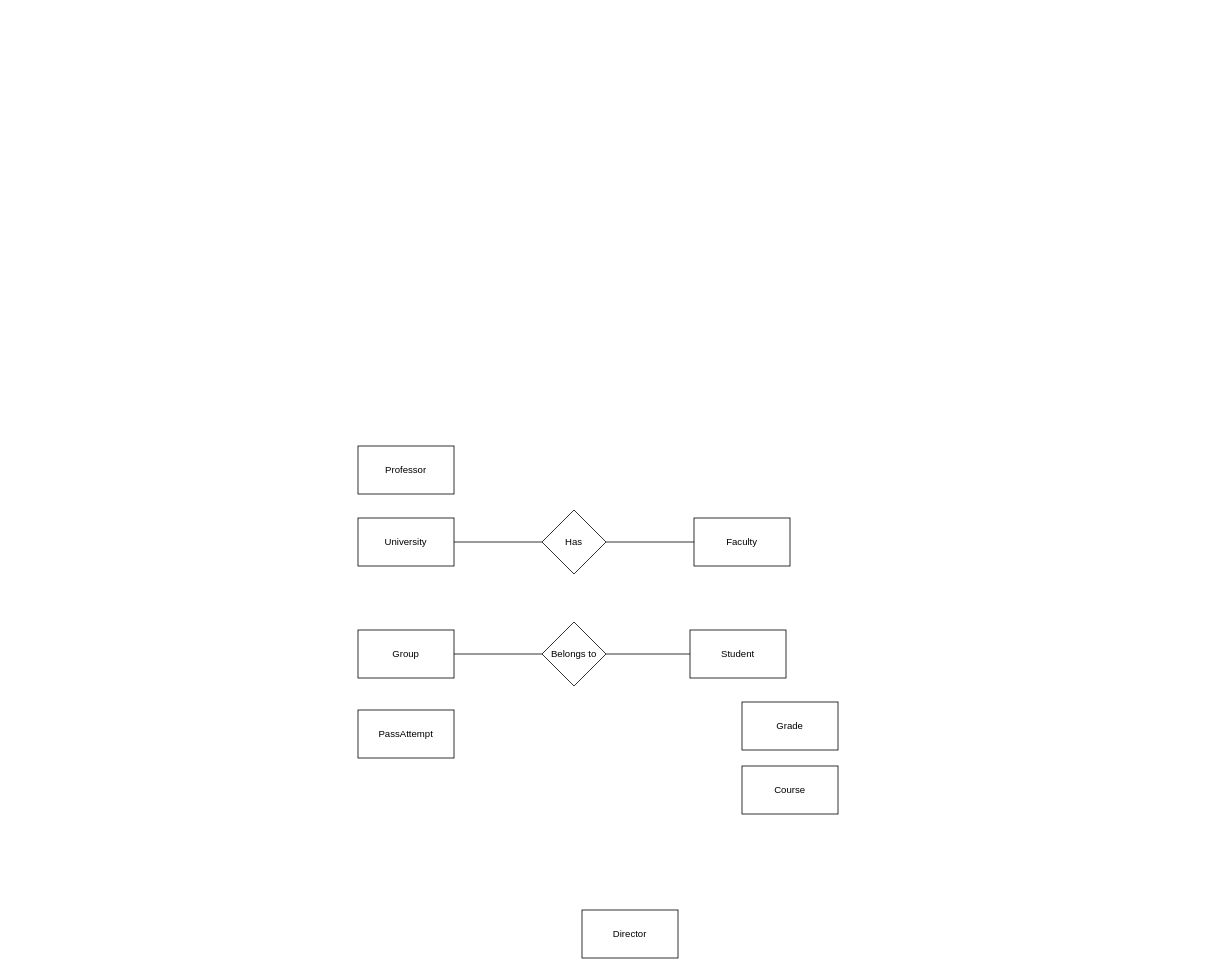
The draw.io diagram Chen notation.drawio in ilya-siluyanov/DrawIO, before the edit. Source tidied: cells renumbered, new cells numbered last; positions are measured from the earlier drawing's top-left corner, leaving out a move shared by most shapes. Both pictures are drawn from the tidied source at 80%, with x=0, y=0 at pixel (358, 446).
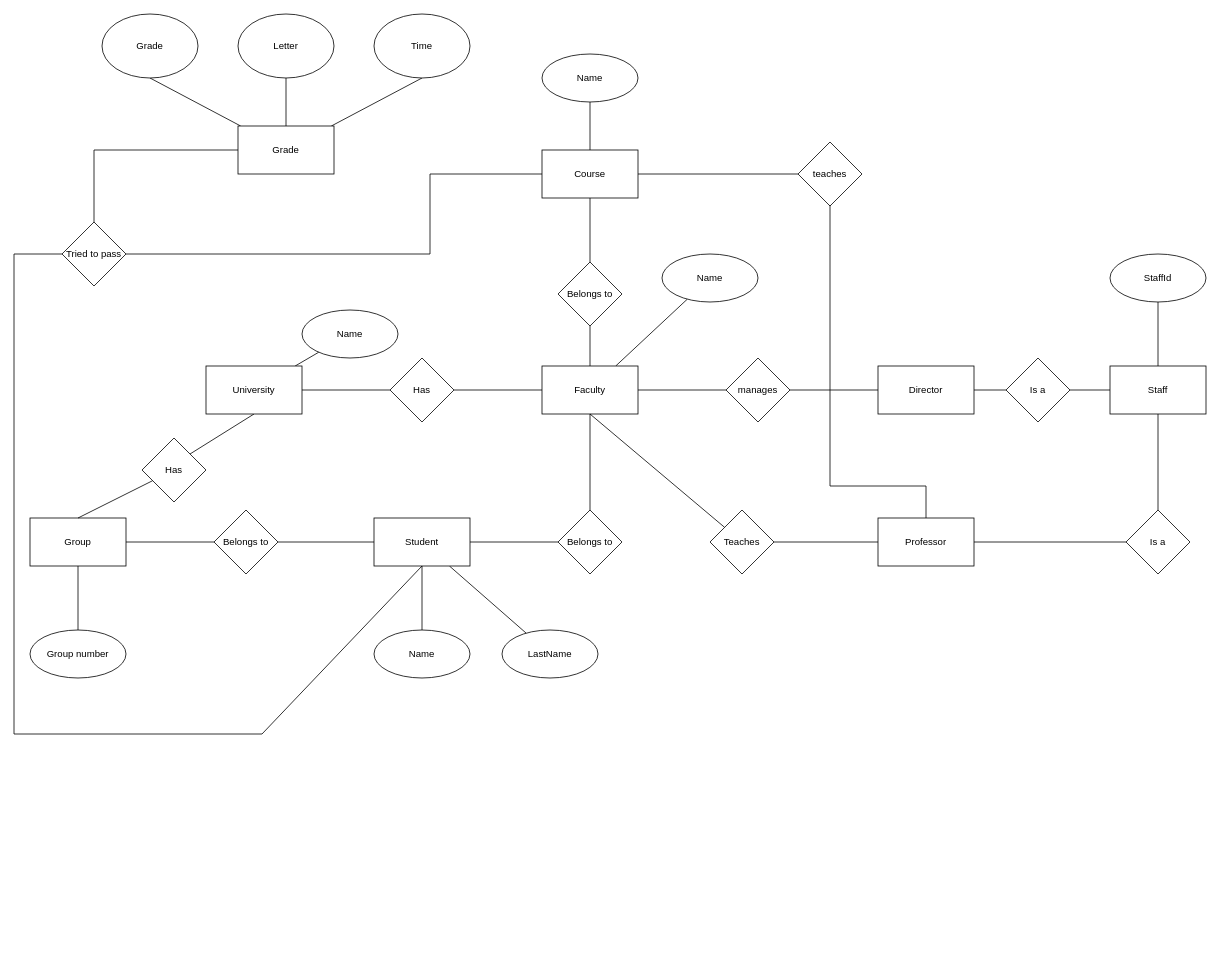
The same page after the edit.

Change to the diagram source:
```diff
@@
+    <mxCell id="17" style="edgeStyle=none;rounded=0;jettySize=auto;html=1;startArrow=none;startFill=0;endArrow=none;endFill=0;" parent="1" edge="1" source="3" target="61">
+      <mxGeometry relative="1" as="geometry" />
+    </mxCell>
+    <mxCell id="18" style="edgeStyle=none;rounded=0;jettySize=auto;html=1;entryX=1;entryY=0;entryDx=0;entryDy=0;startArrow=none;startFill=0;endArrow=none;endFill=0;exitX=0.5;exitY=1;exitDx=0;exitDy=0;" parent="1" edge="1" source="3" target="63">
+      <mxGeometry relative="1" as="geometry" />
+    </mxCell>
     <mxCell id="3" value="University" style="rounded=0;whiteSpace=wrap;html=1;" parent="1" vertex="1">
-      <mxGeometry y="90" width="120" height="60" as="geometry" />
+      <mxGeometry x="-190" y="-100" width="120" height="60" as="geometry" />
     </mxCell>
+    <mxCell id="19" style="edgeStyle=none;rounded=0;jettySize=auto;html=1;startArrow=none;startFill=0;endArrow=none;endFill=0;" parent="1" edge="1" source="4" target="57">
+      <mxGeometry relative="1" as="geometry" />
+    </mxCell>
     <mxCell id="4" value="Faculty" style="rounded=0;whiteSpace=wrap;html=1;" parent="1" vertex="1">
-      <mxGeometry x="420" y="90" width="120" height="60" as="geometry" />
+      <mxGeometry x="230" y="-100" width="120" height="60" as="geometry" />
     </mxCell>
+    <mxCell id="20" style="edgeStyle=none;rounded=0;jettySize=auto;html=1;startArrow=none;startFill=0;endArrow=none;endFill=0;" parent="1" edge="1" source="5" target="58">
+      <mxGeometry relative="1" as="geometry" />
+    </mxCell>
+    <mxCell id="21" style="edgeStyle=none;rounded=0;jettySize=auto;html=1;startArrow=none;startFill=0;endArrow=none;endFill=0;" parent="1" edge="1" source="5" target="59">
+      <mxGeometry relative="1" as="geometry" />
+    </mxCell>
     <mxCell id="5" value="Student" style="rounded=0;whiteSpace=wrap;html=1;" parent="1" vertex="1">
-      <mxGeometry x="415" y="230" width="120" height="60" as="geometry" />
+      <mxGeometry x="20" y="90" width="120" height="60" as="geometry" />
     </mxCell>
-    <mxCell id="6" value="Director" style="rounded=0;whiteSpace=wrap;html=1;" parent="1" vertex="1">
-      <mxGeometry x="280" y="580" width="120" height="60" as="geometry" />
-    </mxCell>
+    <mxCell id="22" style="edgeStyle=none;rounded=0;jettySize=auto;html=1;entryX=0;entryY=0.5;entryDx=0;entryDy=0;startArrow=none;startFill=0;endArrow=none;endFill=0;" parent="1" edge="1" source="7" target="37">
+      <mxGeometry relative="1" as="geometry" />
+    </mxCell>
+    <mxCell id="23" style="edgeStyle=none;rounded=0;jettySize=auto;html=1;entryX=0.5;entryY=1;entryDx=0;entryDy=0;startArrow=none;startFill=0;endArrow=none;endFill=0;" parent="1" edge="1" source="7" target="65">
+      <mxGeometry relative="1" as="geometry">
+        <Array as="points">
+          <mxPoint x="710" y="50" />
+          <mxPoint x="590" y="50" />
+          <mxPoint x="590" y="-130" />
+          <mxPoint x="590" y="-340" />
+        </Array>
+      </mxGeometry>
+    </mxCell>
     <mxCell id="7" value="Professor" style="rounded=0;whiteSpace=wrap;html=1;" parent="1" vertex="1">
-      <mxGeometry width="120" height="60" as="geometry" />
+      <mxGeometry x="650" y="90" width="120" height="60" as="geometry" />
     </mxCell>
     <mxCell id="8" value="Course" style="whiteSpace=wrap;html=1;" parent="1" vertex="1">
-      <mxGeometry x="480" y="400" width="120" height="60" as="geometry" />
+      <mxGeometry x="230" y="-370" width="120" height="60" as="geometry" />
     </mxCell>
@@
+    <mxCell id="24" style="edgeStyle=none;rounded=0;jettySize=auto;html=1;startArrow=none;startFill=0;endArrow=none;endFill=0;" parent="1" edge="1" source="10" target="60">
+      <mxGeometry relative="1" as="geometry" />
+    </mxCell>
     <mxCell id="10" value="Group" style="whiteSpace=wrap;html=1;" parent="1" vertex="1">
-      <mxGeometry y="230" width="120" height="60" as="geometry" />
+      <mxGeometry x="-410" y="90" width="120" height="60" as="geometry" />
     </mxCell>
-    <mxCell id="11" value="Grade" style="whiteSpace=wrap;html=1;" parent="1" vertex="1">
-      <mxGeometry x="480" y="320" width="120" height="60" as="geometry" />
-    </mxCell>
-    <mxCell id="12" value="PassAttempt" style="whiteSpace=wrap;html=1;" parent="1" vertex="1">
-      <mxGeometry y="330" width="120" height="60" as="geometry" />
-    </mxCell>
@@
     <mxCell id="14" value="Belongs to" style="rhombus;whiteSpace=wrap;html=1;" parent="1" vertex="1">
-      <mxGeometry x="230" y="220" width="80" height="80" as="geometry" />
+      <mxGeometry x="-180" y="80" width="80" height="80" as="geometry" />
     </mxCell>
@@
     <mxCell id="16" value="Has" style="rhombus;whiteSpace=wrap;html=1;" parent="1" vertex="1">
-      <mxGeometry x="230" y="80" width="80" height="80" as="geometry" />
+      <mxGeometry x="40" y="-110" width="80" height="80" as="geometry" />
     </mxCell>
+    <mxCell id="25" style="endArrow=none;html=1;rounded=0;exitX=1;exitY=0.5;exitDx=0;exitDy=0;" parent="1" edge="1" source="5" target="27">
+      <mxGeometry relative="1" as="geometry" />
+    </mxCell>
+    <mxCell id="26" style="edgeStyle=orthogonalEdgeStyle;rounded=0;jettySize=auto;html=1;exitX=0.5;exitY=0;exitDx=0;exitDy=0;entryX=0.5;entryY=1;entryDx=0;entryDy=0;startArrow=none;startFill=0;endArrow=none;endFill=0;" parent="1" edge="1" source="27" target="4">
+      <mxGeometry relative="1" as="geometry" />
+    </mxCell>
+    <mxCell id="27" value="Belongs to" style="rhombus;whiteSpace=wrap;html=1;" parent="1" vertex="1">
+      <mxGeometry x="250" y="80" width="80" height="80" as="geometry" />
+    </mxCell>
+    <mxCell id="28" style="edgeStyle=none;rounded=0;jettySize=auto;html=1;entryX=0;entryY=0.5;entryDx=0;entryDy=0;startArrow=none;startFill=0;endArrow=none;endFill=0;" parent="1" edge="1" source="6" target="35">
+      <mxGeometry relative="1" as="geometry" />
+    </mxCell>
+    <mxCell id="6" value="Director" style="whiteSpace=wrap;html=1;" parent="1" vertex="1">
+      <mxGeometry x="650" y="-100" width="120" height="60" as="geometry" />
+    </mxCell>
+    <mxCell id="29" style="edgeStyle=orthogonalEdgeStyle;rounded=0;jettySize=auto;html=1;exitX=0.5;exitY=1;exitDx=0;exitDy=0;entryX=0.5;entryY=0;entryDx=0;entryDy=0;startArrow=none;startFill=0;endArrow=none;endFill=0;" parent="1" edge="1" source="30" target="4">
+      <mxGeometry relative="1" as="geometry" />
+    </mxCell>
+    <mxCell id="30" value="Belongs to" style="rhombus;whiteSpace=wrap;html=1;" parent="1" vertex="1">
+      <mxGeometry x="250" y="-230" width="80" height="80" as="geometry" />
+    </mxCell>
+    <mxCell id="31" style="endArrow=none;html=1;rounded=0;entryX=0.5;entryY=1;entryDx=0;entryDy=0;exitX=0.5;exitY=0;exitDx=0;exitDy=0;" parent="1" edge="1" source="30" target="8">
+      <mxGeometry relative="1" as="geometry" />
+    </mxCell>
+    <mxCell id="32" style="edgeStyle=none;rounded=0;jettySize=auto;html=1;startArrow=none;startFill=0;endArrow=none;endFill=0;" parent="1" edge="1" source="33" target="56">
+      <mxGeometry relative="1" as="geometry" />
+    </mxCell>
+    <mxCell id="33" value="Staff" style="rounded=0;whiteSpace=wrap;html=1;" parent="1" vertex="1">
+      <mxGeometry x="940" y="-100" width="120" height="60" as="geometry" />
+    </mxCell>
+    <mxCell id="34" style="edgeStyle=none;rounded=0;jettySize=auto;html=1;entryX=0;entryY=0.5;entryDx=0;entryDy=0;startArrow=none;startFill=0;endArrow=none;endFill=0;" parent="1" edge="1" source="35" target="33">
+      <mxGeometry relative="1" as="geometry" />
+    </mxCell>
+    <mxCell id="35" value="Is a" style="rhombus;whiteSpace=wrap;html=1;" parent="1" vertex="1">
+      <mxGeometry x="810" y="-110" width="80" height="80" as="geometry" />
+    </mxCell>
+    <mxCell id="36" style="edgeStyle=none;rounded=0;jettySize=auto;html=1;entryX=0.5;entryY=1;entryDx=0;entryDy=0;startArrow=none;startFill=0;endArrow=none;endFill=0;exitX=0.5;exitY=0;exitDx=0;exitDy=0;" parent="1" edge="1" source="37" target="33">
+      <mxGeometry relative="1" as="geometry" />
+    </mxCell>
+    <mxCell id="37" value="Is a" style="rhombus;whiteSpace=wrap;html=1;" parent="1" vertex="1">
+      <mxGeometry x="960" y="80" width="80" height="80" as="geometry" />
+    </mxCell>
+    <mxCell id="38" style="edgeStyle=none;rounded=0;jettySize=auto;html=1;startArrow=none;startFill=0;endArrow=none;endFill=0;" parent="1" edge="1" source="40" target="6">
+      <mxGeometry relative="1" as="geometry" />
+    </mxCell>
+    <mxCell id="39" style="edgeStyle=none;rounded=0;jettySize=auto;html=1;entryX=1;entryY=0.5;entryDx=0;entryDy=0;startArrow=none;startFill=0;endArrow=none;endFill=0;" parent="1" edge="1" source="40" target="4">
+      <mxGeometry relative="1" as="geometry" />
+    </mxCell>
+    <mxCell id="40" value="manages" style="rhombus;whiteSpace=wrap;html=1;" parent="1" vertex="1">
+      <mxGeometry x="460" y="-110" width="80" height="80" as="geometry" />
+    </mxCell>
+    <mxCell id="41" style="edgeStyle=none;rounded=0;jettySize=auto;html=1;entryX=0;entryY=0.5;entryDx=0;entryDy=0;startArrow=none;startFill=0;endArrow=none;endFill=0;" parent="1" edge="1" source="43" target="7">
+      <mxGeometry relative="1" as="geometry" />
+    </mxCell>
+    <mxCell id="42" style="edgeStyle=none;rounded=0;jettySize=auto;html=1;entryX=0.5;entryY=1;entryDx=0;entryDy=0;startArrow=none;startFill=0;endArrow=none;endFill=0;" parent="1" edge="1" source="43" target="4">
+      <mxGeometry relative="1" as="geometry" />
+    </mxCell>
+    <mxCell id="43" value="Teaches" style="rhombus;whiteSpace=wrap;html=1;" parent="1" vertex="1">
+      <mxGeometry x="440" y="80" width="80" height="80" as="geometry" />
+    </mxCell>
+    <mxCell id="44" style="edgeStyle=none;rounded=0;jettySize=auto;html=1;entryX=0.5;entryY=0;entryDx=0;entryDy=0;startArrow=none;startFill=0;endArrow=none;endFill=0;" parent="1" edge="1" source="11" target="50">
+      <mxGeometry relative="1" as="geometry">
+        <Array as="points">
+          <mxPoint x="-330" y="-370" />
+        </Array>
+      </mxGeometry>
+    </mxCell>
+    <mxCell id="45" style="edgeStyle=none;rounded=0;jettySize=auto;html=1;entryX=0.5;entryY=1;entryDx=0;entryDy=0;startArrow=none;startFill=0;endArrow=none;endFill=0;" parent="1" edge="1" source="11" target="51">
+      <mxGeometry relative="1" as="geometry" />
+    </mxCell>
+    <mxCell id="46" style="edgeStyle=none;rounded=0;jettySize=auto;html=1;entryX=0.5;entryY=1;entryDx=0;entryDy=0;startArrow=none;startFill=0;endArrow=none;endFill=0;" parent="1" edge="1" source="11" target="52">
+      <mxGeometry relative="1" as="geometry" />
+    </mxCell>
+    <mxCell id="47" style="edgeStyle=none;rounded=0;jettySize=auto;html=1;entryX=0.5;entryY=1;entryDx=0;entryDy=0;startArrow=none;startFill=0;endArrow=none;endFill=0;" parent="1" edge="1" source="11" target="53">
+      <mxGeometry relative="1" as="geometry" />
+    </mxCell>
+    <mxCell id="11" value="Grade" style="whiteSpace=wrap;html=1;" parent="1" vertex="1">
+      <mxGeometry x="-150" y="-400" width="120" height="60" as="geometry" />
+    </mxCell>
+    <mxCell id="48" style="edgeStyle=none;rounded=0;jettySize=auto;html=1;entryX=0;entryY=0.5;entryDx=0;entryDy=0;startArrow=none;startFill=0;endArrow=none;endFill=0;" parent="1" edge="1" source="50" target="8">
+      <mxGeometry relative="1" as="geometry">
+        <Array as="points">
+          <mxPoint x="90" y="-240" />
+          <mxPoint x="90" y="-340" />
+        </Array>
+      </mxGeometry>
+    </mxCell>
+    <mxCell id="49" style="edgeStyle=none;rounded=0;jettySize=auto;html=1;entryX=0.5;entryY=1;entryDx=0;entryDy=0;startArrow=none;startFill=0;endArrow=none;endFill=0;" parent="1" edge="1" source="50" target="5">
+      <mxGeometry relative="1" as="geometry">
+        <Array as="points">
+          <mxPoint x="-430" y="-240" />
+          <mxPoint x="-430" />
+          <mxPoint x="-430" y="360" />
+          <mxPoint x="-120" y="360" />
+        </Array>
+      </mxGeometry>
+    </mxCell>
+    <mxCell id="50" value="Tried to pass" style="rhombus;whiteSpace=wrap;html=1;" parent="1" vertex="1">
+      <mxGeometry x="-370" y="-280" width="80" height="80" as="geometry" />
+    </mxCell>
+    <mxCell id="51" value="Grade" style="ellipse;whiteSpace=wrap;html=1;" parent="1" vertex="1">
+      <mxGeometry x="-320" y="-540" width="120" height="80" as="geometry" />
+    </mxCell>
+    <mxCell id="52" value="Letter" style="ellipse;whiteSpace=wrap;html=1;" parent="1" vertex="1">
+      <mxGeometry x="-150" y="-540" width="120" height="80" as="geometry" />
+    </mxCell>
+    <mxCell id="53" value="Time" style="ellipse;whiteSpace=wrap;html=1;" parent="1" vertex="1">
+      <mxGeometry x="20" y="-540" width="120" height="80" as="geometry" />
+    </mxCell>
+    <mxCell id="54" style="edgeStyle=none;rounded=0;jettySize=auto;html=1;entryX=0.5;entryY=0;entryDx=0;entryDy=0;startArrow=none;startFill=0;endArrow=none;endFill=0;" parent="1" edge="1" source="55" target="8">
+      <mxGeometry relative="1" as="geometry" />
+    </mxCell>
+    <mxCell id="55" value="Name" style="ellipse;whiteSpace=wrap;html=1;" parent="1" vertex="1">
+      <mxGeometry x="230" y="-490" width="120" height="60" as="geometry" />
+    </mxCell>
+    <mxCell id="56" value="StaffId" style="ellipse;whiteSpace=wrap;html=1;rounded=0;" parent="1" vertex="1">
+      <mxGeometry x="940" y="-240" width="120" height="60" as="geometry" />
+    </mxCell>
+    <mxCell id="57" value="Name" style="ellipse;whiteSpace=wrap;html=1;rounded=0;" parent="1" vertex="1">
+      <mxGeometry x="380" y="-240" width="120" height="60" as="geometry" />
+    </mxCell>
+    <mxCell id="58" value="Name" style="ellipse;whiteSpace=wrap;html=1;rounded=0;" parent="1" vertex="1">
+      <mxGeometry x="20" y="230" width="120" height="60" as="geometry" />
+    </mxCell>
+    <mxCell id="59" value="LastName" style="ellipse;whiteSpace=wrap;html=1;rounded=0;" parent="1" vertex="1">
+      <mxGeometry x="180" y="230" width="120" height="60" as="geometry" />
+    </mxCell>
+    <mxCell id="60" value="Group number" style="ellipse;whiteSpace=wrap;html=1;" parent="1" vertex="1">
+      <mxGeometry x="-410" y="230" width="120" height="60" as="geometry" />
+    </mxCell>
+    <mxCell id="61" value="Name" style="ellipse;whiteSpace=wrap;html=1;rounded=0;" parent="1" vertex="1">
+      <mxGeometry x="-70" y="-170" width="120" height="60" as="geometry" />
+    </mxCell>
+    <mxCell id="62" style="edgeStyle=none;rounded=0;jettySize=auto;html=1;entryX=0.5;entryY=0;entryDx=0;entryDy=0;startArrow=none;startFill=0;endArrow=none;endFill=0;" parent="1" edge="1" source="63" target="10">
+      <mxGeometry relative="1" as="geometry" />
+    </mxCell>
+    <mxCell id="63" value="Has" style="rhombus;whiteSpace=wrap;html=1;" parent="1" vertex="1">
+      <mxGeometry x="-270" y="-10" width="80" height="80" as="geometry" />
+    </mxCell>
+    <mxCell id="64" style="edgeStyle=none;rounded=0;jettySize=auto;html=1;entryX=1;entryY=0.5;entryDx=0;entryDy=0;startArrow=none;startFill=0;endArrow=none;endFill=0;" parent="1" edge="1" source="65" target="8">
+      <mxGeometry relative="1" as="geometry" />
+    </mxCell>
+    <mxCell id="65" value="teaches" style="rhombus;whiteSpace=wrap;html=1;" parent="1" vertex="1">
+      <mxGeometry x="550" y="-380" width="80" height="80" as="geometry" />
+    </mxCell>
```
